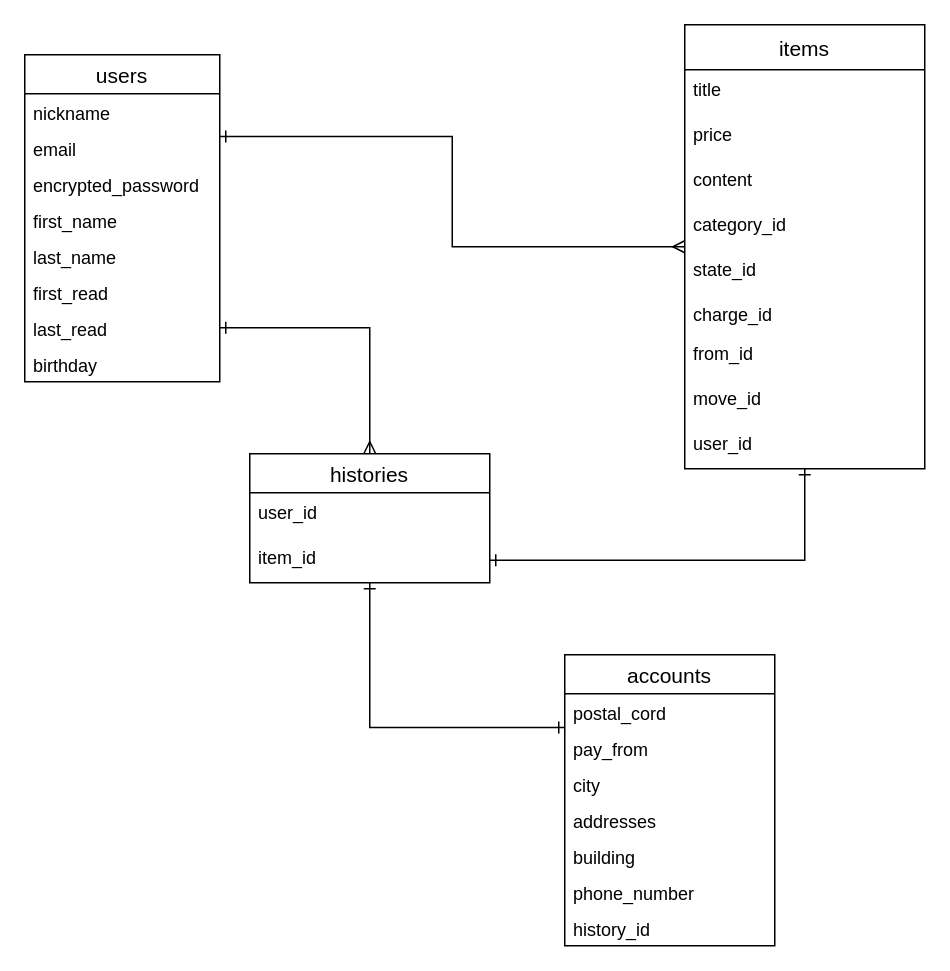
Earlier version of the draw.io diagram furima.dio (kawabegenki/furima-35218). Source tidied: cells renumbered, new cells numbered last; positions are measured from the earlier drawing's top-left corner, leaving out a move shared by most shapes. Both pictures are drawn from the tidied source at 150%, with x=0, y=0 at pixel (24, 24).
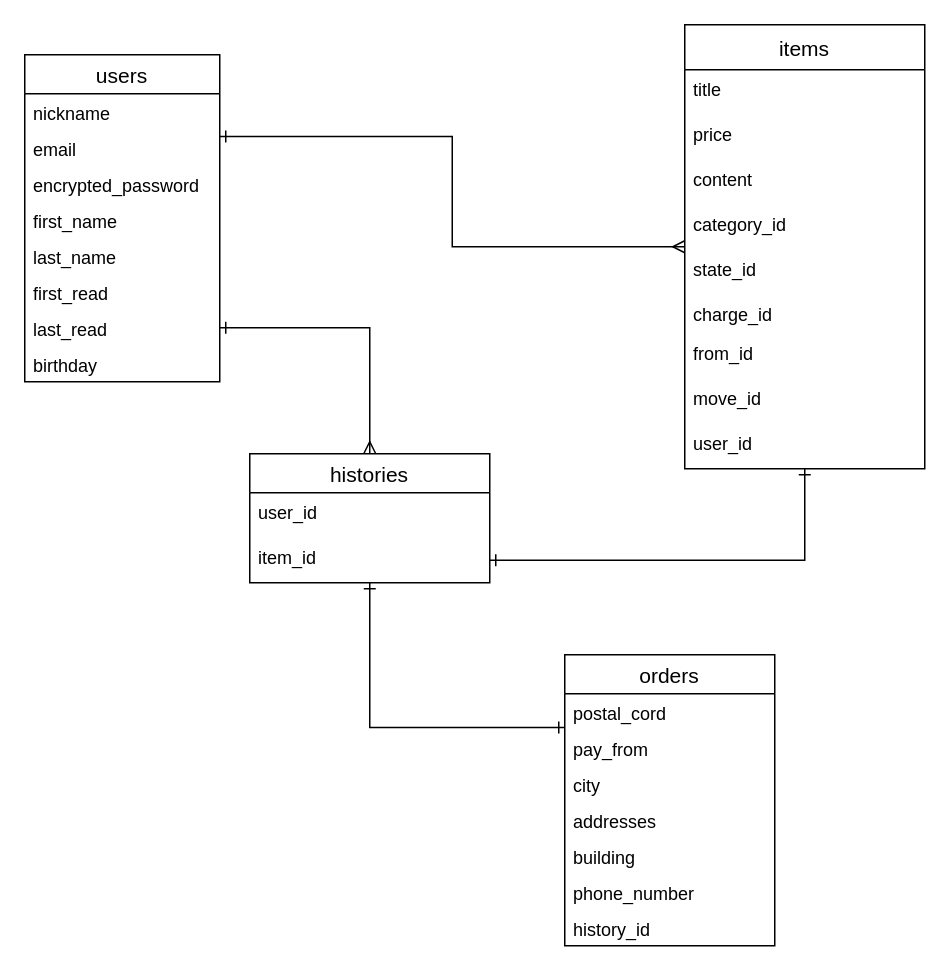
The same diagram, later.

What changed in the source:
```diff
@@
-    <mxCell id="27" value="accounts" style="swimlane;fontStyle=0;horizontal=1;startSize=26;align=center;fontSize=14;" parent="1" vertex="1">
+    <mxCell id="27" value="orders" style="swimlane;fontStyle=0;horizontal=1;startSize=26;align=center;fontSize=14;" parent="1" vertex="1">
       <mxGeometry x="360" y="420" width="140" height="194" as="geometry" />
     </mxCell>
```
